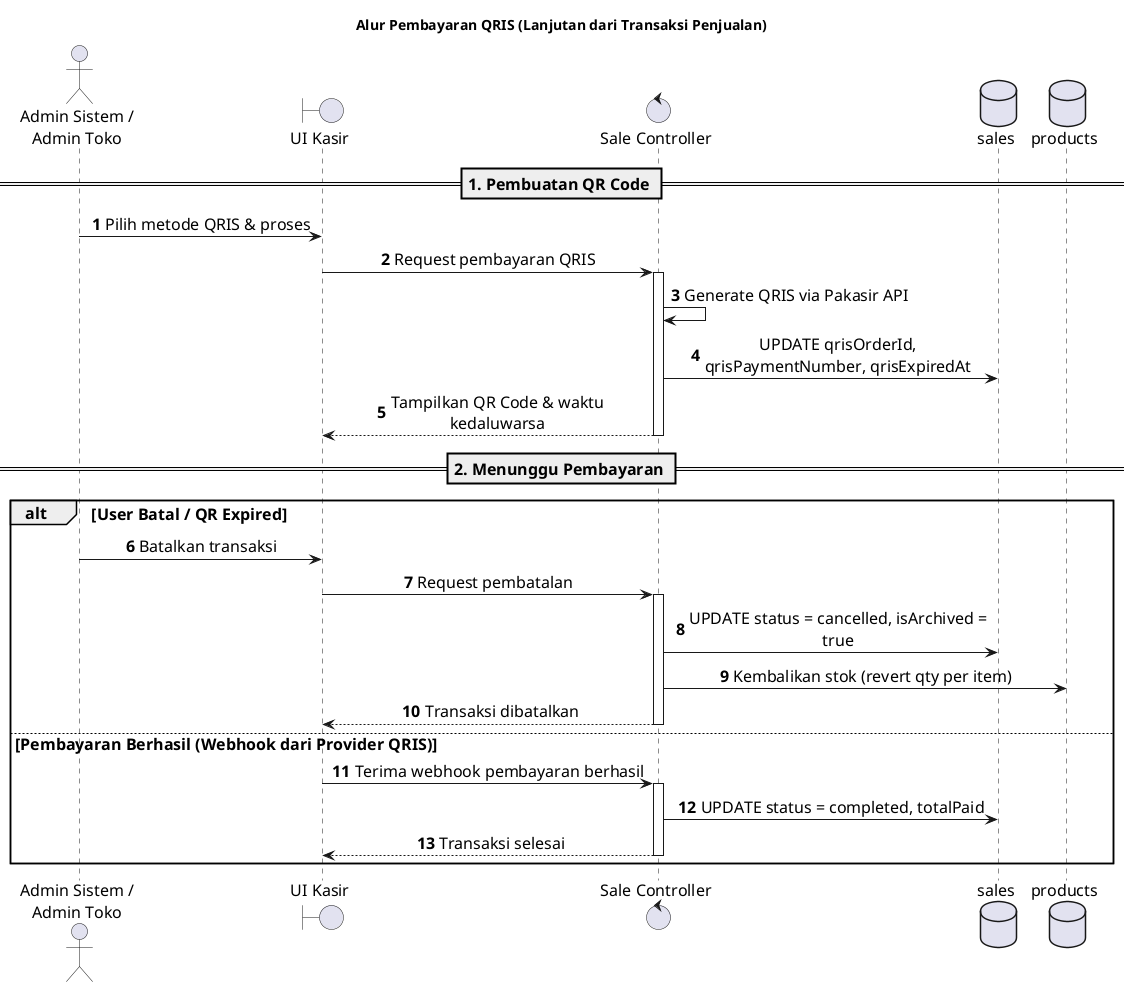
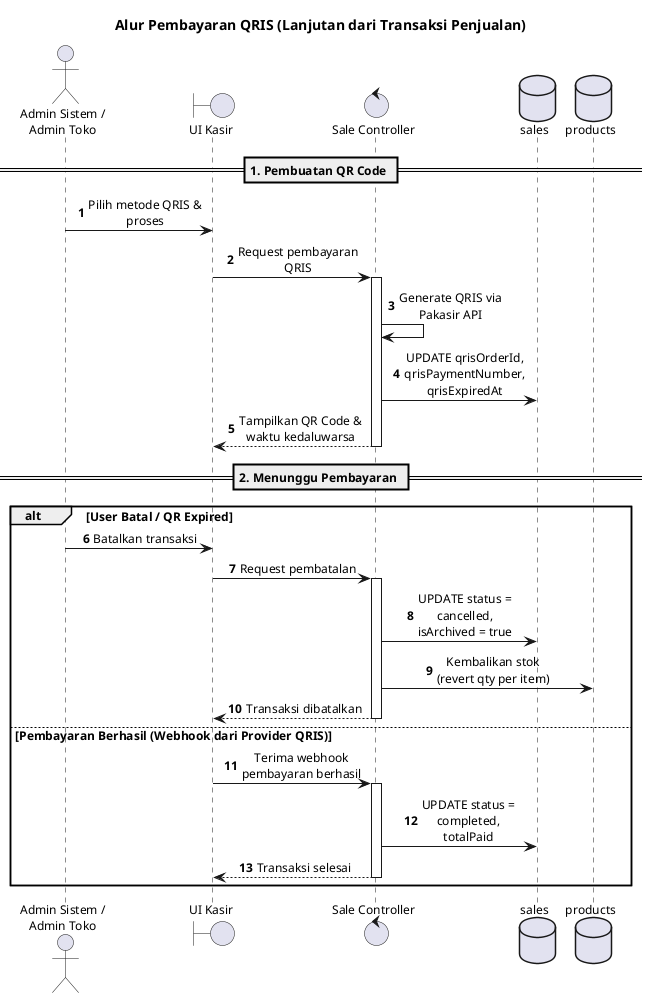
@startuml Sales_QRIS_Flow
autonumber

skinparam BoxPadding 5
skinparam ParticipantPadding 8
- skinparam defaultFontSize 16
- skinparam maxMessageSize 300
+ skinparam defaultFontSize 12
+ skinparam maxMessageSize 140
skinparam sequenceMessageAlign center

actor "Admin Sistem /\nAdmin Toko" as Admin
boundary "UI Kasir" as UI
control "Sale Controller" as Ctrl
database "sales" as s
database "products" as p

title Alur Pembayaran QRIS (Lanjutan dari Transaksi Penjualan)


== 1. Pembuatan QR Code ==
Admin -> UI : Pilih metode QRIS & proses
UI -> Ctrl : Request pembayaran QRIS
activate Ctrl
Ctrl -> Ctrl : Generate QRIS via Pakasir API
- Ctrl -> s : UPDATE qrisOrderId, qrisPaymentNumber, qrisExpiredAt
+ Ctrl -> s : UPDATE qrisOrderId,\nqrisPaymentNumber,\nqrisExpiredAt
Ctrl --> UI : Tampilkan QR Code & waktu kedaluwarsa
deactivate Ctrl

== 2. Menunggu Pembayaran ==
alt User Batal / QR Expired
    Admin -> UI : Batalkan transaksi
    UI -> Ctrl : Request pembatalan
    activate Ctrl
-     Ctrl -> s : UPDATE status = cancelled, isArchived = true
-     Ctrl -> p : Kembalikan stok (revert qty per item)
+     Ctrl -> s : UPDATE status = cancelled,\nisArchived = true
+     Ctrl -> p : Kembalikan stok\n(revert qty per item)
    Ctrl --> UI : Transaksi dibatalkan
    deactivate Ctrl

else Pembayaran Berhasil (Webhook dari Provider QRIS)
    UI -> Ctrl : Terima webhook pembayaran berhasil
    activate Ctrl
-     Ctrl -> s : UPDATE status = completed, totalPaid
+     Ctrl -> s : UPDATE status = completed,\ntotalPaid
    Ctrl --> UI : Transaksi selesai
    deactivate Ctrl
end

@enduml
